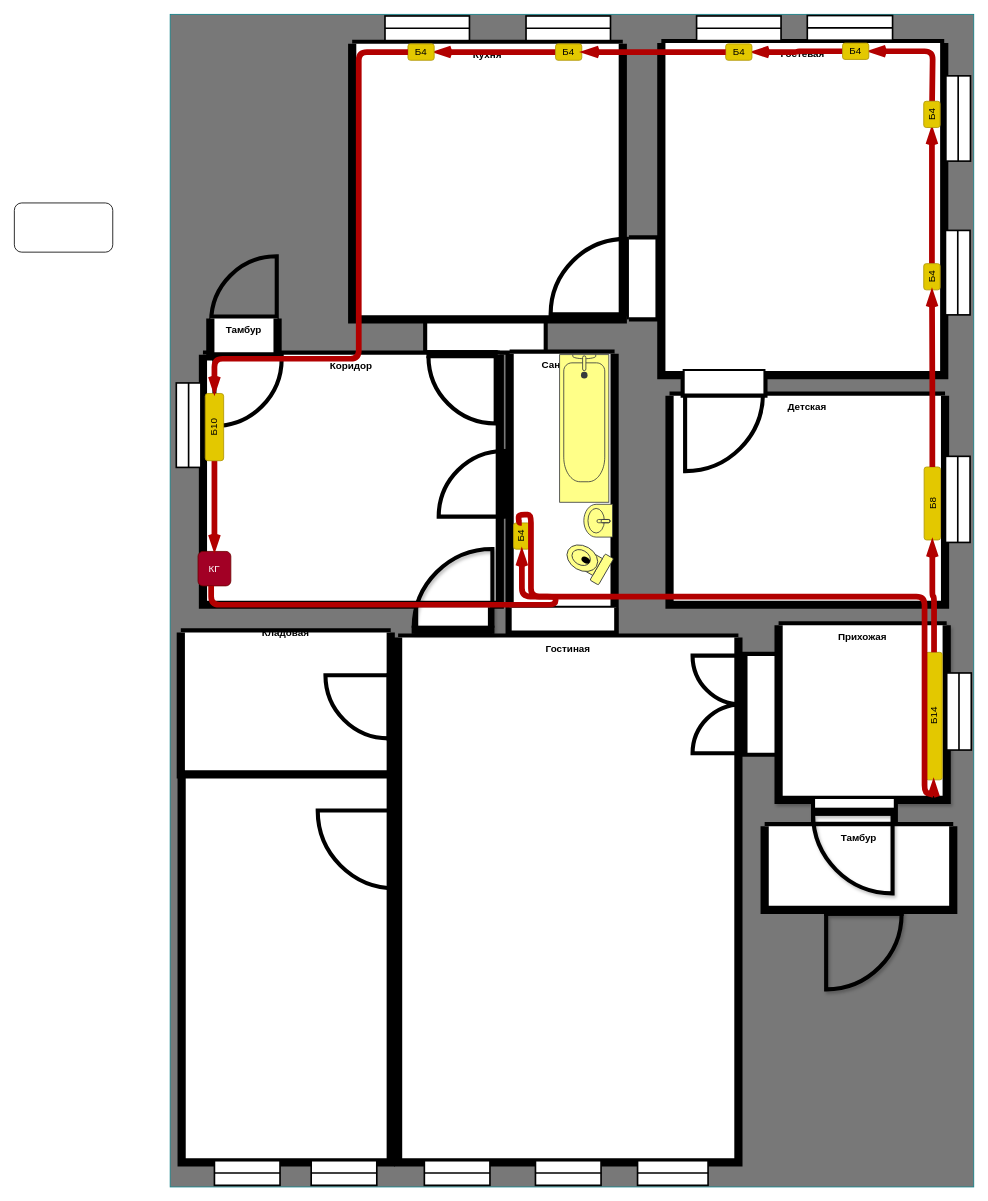
GritsanY/test keeps this draw.io diagram as page "Отопление Дом" (4 of 4) of Переезд.drawio. Above is the earlier version. Source tidied: cells renumbered, new cells numbered last; positions are measured from the earlier drawing's top-left corner, leaving out a move shared by most shapes. Both pictures are drawn from the tidied source at 82%, with x=0, y=0 at pixel (14, 14).
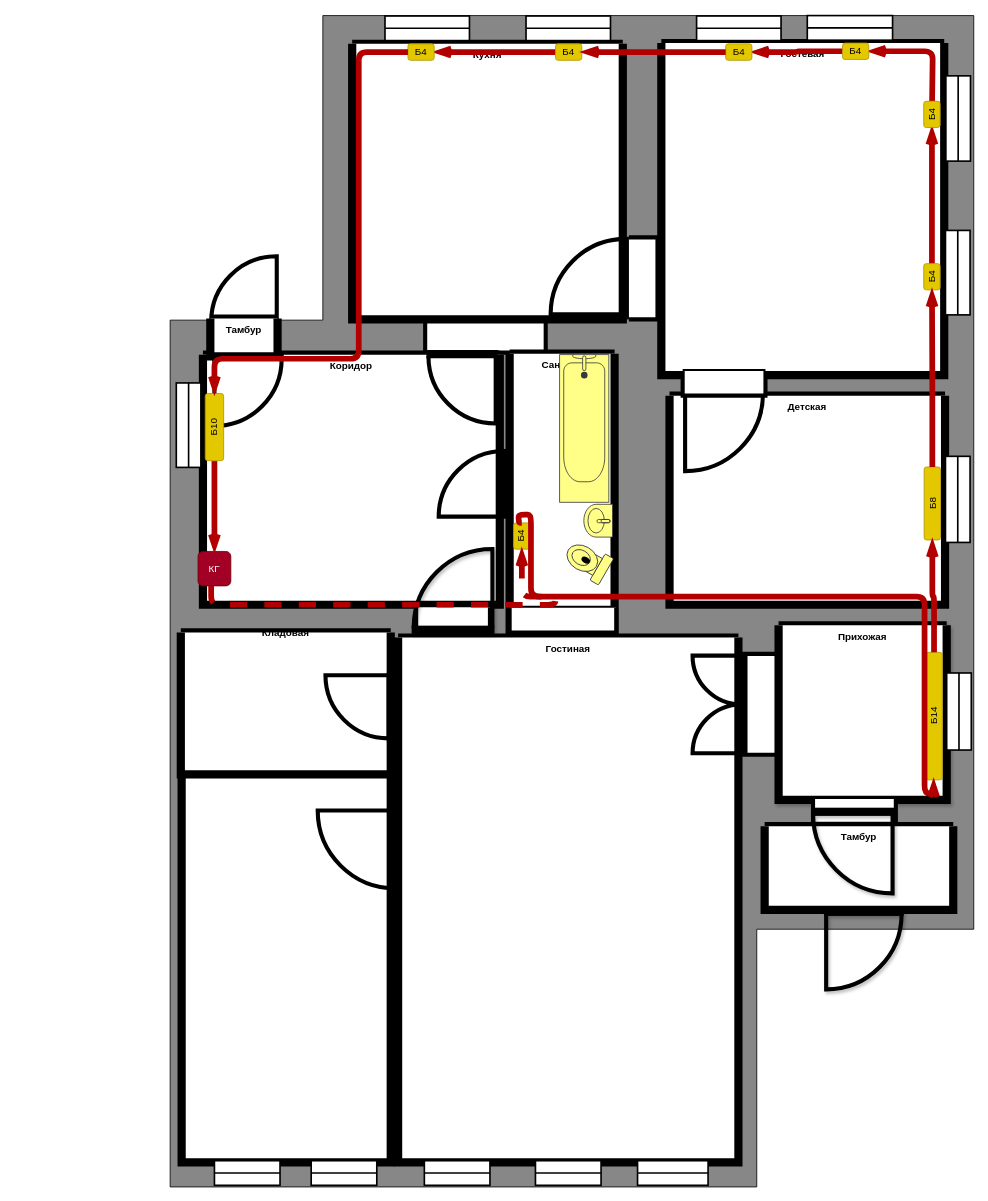
The same page after the edit.

The change refers to these unchanged cells:
```xml
<mxCell id="17" value="Б4" style="rounded=1;whiteSpace=wrap;html=1;glass=0;fillColor=#e3c800;fontColor=#000000;strokeColor=#B09500;rotation=-90;" parent="12" vertex="1">
  <mxGeometry x="-1.2" y="212.4" width="32" height="20" as="geometry" />
</mxCell>
<mxCell id="25" value="КГ" style="rounded=1;whiteSpace=wrap;html=1;glass=0;fillColor=#a20025;fontColor=#ffffff;strokeColor=#6F0000;" parent="18" vertex="1">
  <mxGeometry x="-6" y="240" width="40" height="42" as="geometry" />
</mxCell>
```

The edit, as a diff of the source:
```diff
@@
-    <mxCell id="2" style="rounded=0;whiteSpace=wrap;html=1;comic=0;strokeWidth=1;fillColor=#787878;strokeColor=#0e8088;" parent="1" vertex="1">
-      <mxGeometry x="190" width="980" height="1430" as="geometry" />
-    </mxCell>
+    <mxCell id="73" style="verticalLabelPosition=bottom;verticalAlign=top;html=1;shape=mxgraph.basic.polygon;polyCoords=[[0.19,0.26],[0.19,0],[1,0],[1,0.78],[0.73,0.78],[0.73,1],[0,1],[0,0.26]];polyline=0;fillColor=#878787;" parent="1" vertex="1">
+      <mxGeometry x="190" y="1.5" width="980" height="1428.5" as="geometry" />
+    </mxCell>
@@
-    <mxCell id="66" style="rounded=1;whiteSpace=wrap;html=1;glass=0;" parent="1" vertex="1">
-      <mxGeometry y="230" width="120" height="60" as="geometry" />
-    </mxCell>
-    <mxCell id="67" style="edgeStyle=orthogonalEdgeStyle;rounded=1;jettySize=auto;html=1;fillColor=#e51400;strokeColor=#B20000;strokeWidth=7;endArrow=openThin;endFill=0;" parent="1" edge="1" source="25" target="17">
+    <mxCell id="67" style="edgeStyle=orthogonalEdgeStyle;rounded=1;jettySize=auto;html=1;fillColor=#e51400;strokeColor=#B20000;strokeWidth=7;endArrow=openThin;endFill=0;dashed=1;" parent="1" edge="1" source="25" target="17">
       <mxGeometry relative="1" as="geometry">
         <Array as="points">
           <mxPoint x="240" y="720" />
           <mxPoint x="660" y="720" />
           <mxPoint x="660" y="710" />
           <mxPoint x="619" y="710" />
         </Array>
       </mxGeometry>
     </mxCell>
```
